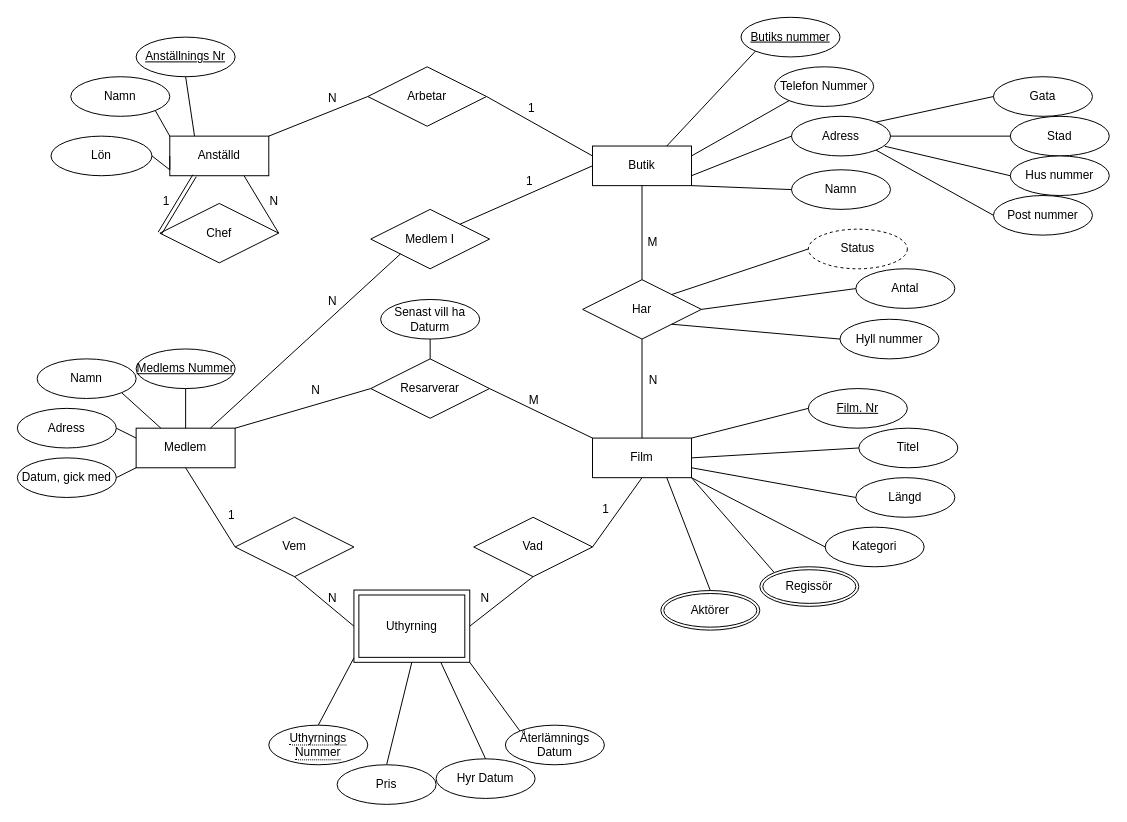
Above: Labb1/ER1.drawio in PyroG8r/Databaser-DT139G (draw.io), before the change. Source tidied: cells renumbered, new cells numbered last; positions are measured from the earlier drawing's top-left corner, leaving out a move shared by most shapes. Both pictures are drawn from the tidied source at 99%, with x=0, y=0 at pixel (17, 17).
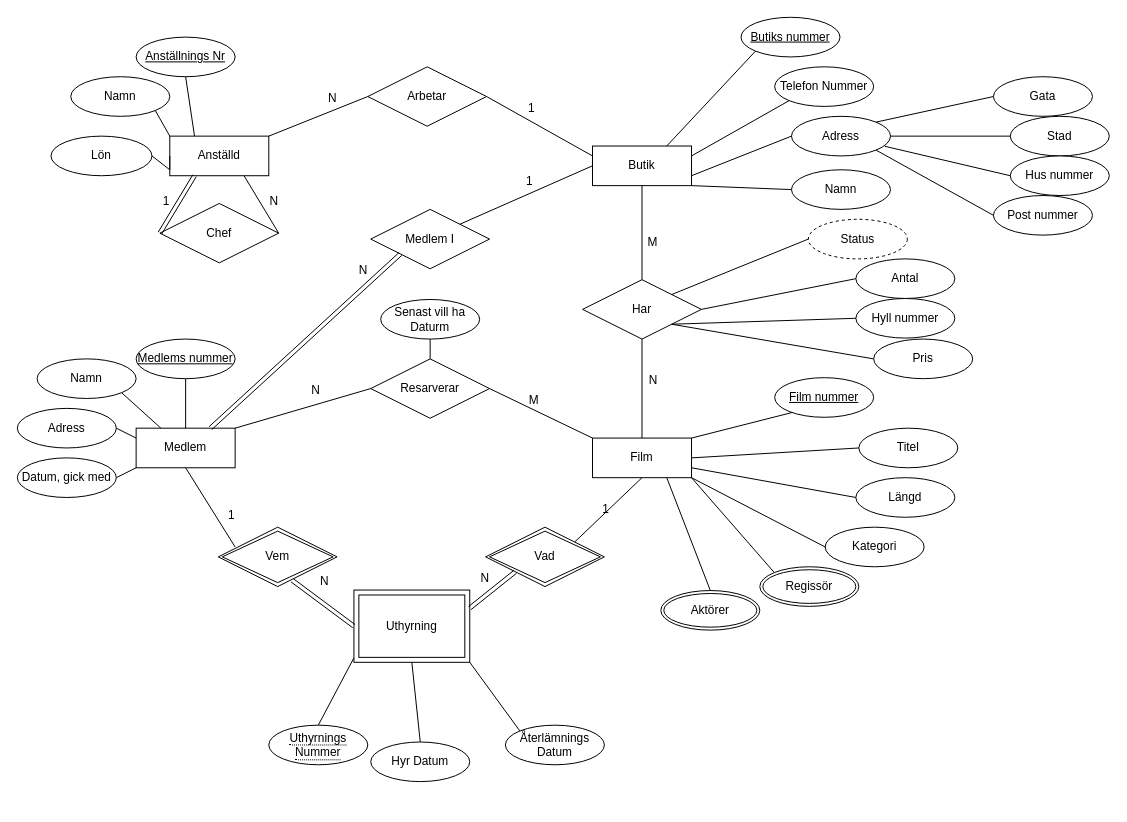
After the change.

Unchanged cells that the change refers to:
```xml
<mxCell id="14" value="Medlem&lt;br&gt;" style="whiteSpace=wrap;html=1;align=center;" parent="1" vertex="1">
  <mxGeometry x="120" y="415" width="100" height="40" as="geometry" />
</mxCell>
<mxCell id="19" value="Film" style="whiteSpace=wrap;html=1;align=center;" parent="1" vertex="1">
  <mxGeometry x="581" y="425" width="100" height="40" as="geometry" />
</mxCell>
<mxCell id="25" value="Har" style="shape=rhombus;perimeter=rhombusPerimeter;whiteSpace=wrap;html=1;align=center;" parent="1" vertex="1">
  <mxGeometry x="571" y="265" width="120" height="60" as="geometry" />
</mxCell>
<mxCell id="39" value="Uthyrning" style="shape=ext;margin=3;double=1;whiteSpace=wrap;html=1;align=center;" parent="1" vertex="1">
  <mxGeometry x="340" y="578.5" width="117" height="73" as="geometry" />
</mxCell>
<mxCell id="73" value="Medlem I" style="shape=rhombus;perimeter=rhombusPerimeter;whiteSpace=wrap;html=1;align=center;" parent="1" vertex="1">
  <mxGeometry x="357" y="194" width="120" height="60" as="geometry" />
</mxCell>
```

The edit, as a diff of the source:
```diff
@@
-    <mxCell id="18" value="&lt;u&gt;Medlems Nummer&lt;/u&gt;" style="ellipse;whiteSpace=wrap;html=1;align=center;" parent="1" vertex="1">
-      <mxGeometry x="120" y="335" width="100" height="40" as="geometry" />
-    </mxCell>
@@
-    <mxCell id="22" value="&lt;u&gt;Film. Nr&lt;/u&gt;" style="ellipse;whiteSpace=wrap;html=1;align=center;" parent="1" vertex="1">
-      <mxGeometry x="799" y="375" width="100" height="40" as="geometry" />
-    </mxCell>
@@
     <mxCell id="26" value="Status" style="ellipse;whiteSpace=wrap;html=1;align=center;dashed=1;" parent="1" vertex="1">
-      <mxGeometry x="799" y="214" width="100" height="40" as="geometry" />
+      <mxGeometry x="799" y="204" width="100" height="40" as="geometry" />
     </mxCell>
     <mxCell id="27" value="Antal" style="ellipse;whiteSpace=wrap;html=1;align=center;" parent="1" vertex="1">
-      <mxGeometry x="847" y="254" width="100" height="40" as="geometry" />
+      <mxGeometry x="847" y="244" width="100" height="40" as="geometry" />
     </mxCell>
@@
-    <mxCell id="37" value="Vad" style="shape=rhombus;perimeter=rhombusPerimeter;whiteSpace=wrap;html=1;align=center;" parent="1" vertex="1">
-      <mxGeometry x="461" y="505" width="120" height="60" as="geometry" />
-    </mxCell>
-    <mxCell id="38" value="Vem" style="shape=rhombus;perimeter=rhombusPerimeter;whiteSpace=wrap;html=1;align=center;" parent="1" vertex="1">
-      <mxGeometry x="220" y="505" width="120" height="60" as="geometry" />
-    </mxCell>
@@
-    <mxCell id="41" style="endArrow=none;html=1;rounded=0;entryX=0.5;entryY=0;entryDx=0;entryDy=0;exitX=0.5;exitY=1;exitDx=0;exitDy=0;" parent="1" edge="1" source="39" target="55">
+    <mxCell id="41" style="endArrow=none;html=1;rounded=0;entryX=0;entryY=0.5;entryDx=0;entryDy=0;exitX=1;exitY=1;exitDx=0;exitDy=0;" parent="1" edge="1" source="25" target="55">
       <mxGeometry relative="1" as="geometry" />
     </mxCell>
-    <mxCell id="42" style="endArrow=none;html=1;rounded=0;exitX=1;exitY=0.5;exitDx=0;exitDy=0;entryX=0.5;entryY=1;entryDx=0;entryDy=0;" parent="1" edge="1" source="39" target="37">
-      <mxGeometry relative="1" as="geometry" />
-    </mxCell>
-    <mxCell id="43" value="N" style="html=1;align=right;verticalAlign=bottom;" parent="42" vertex="1">
-      <mxGeometry x="1" relative="1" as="geometry">
-        <mxPoint x="-44" y="30" as="offset" />
-      </mxGeometry>
-    </mxCell>
-    <mxCell id="44" style="endArrow=none;html=1;rounded=0;exitX=0.5;exitY=1;exitDx=0;exitDy=0;entryX=0;entryY=0.5;entryDx=0;entryDy=0;" parent="1" edge="1" source="38" target="39">
-      <mxGeometry relative="1" as="geometry" />
-    </mxCell>
-    <mxCell id="45" value="N" style="html=1;align=right;verticalAlign=bottom;" parent="44" vertex="1">
-      <mxGeometry x="1" relative="1" as="geometry">
-        <mxPoint x="-17" y="-20" as="offset" />
-      </mxGeometry>
-    </mxCell>
-    <mxCell id="46" style="endArrow=none;html=1;rounded=0;entryX=0;entryY=0.5;entryDx=0;entryDy=0;exitX=0.5;exitY=1;exitDx=0;exitDy=0;" parent="1" edge="1" source="14" target="38">
-      <mxGeometry relative="1" as="geometry" />
+    <mxCell id="46" style="endArrow=none;html=1;rounded=0;entryX=0;entryY=0.5;entryDx=0;entryDy=0;exitX=0.5;exitY=1;exitDx=0;exitDy=0;" parent="1" edge="1" source="14">
+      <mxGeometry relative="1" as="geometry">
+        <mxPoint x="220" y="535" as="targetPoint" />
+      </mxGeometry>
     </mxCell>
@@
-    <mxCell id="48" style="endArrow=none;html=1;rounded=0;entryX=0.5;entryY=1;entryDx=0;entryDy=0;exitX=1;exitY=0.5;exitDx=0;exitDy=0;" parent="1" edge="1" source="37" target="19">
+    <mxCell id="48" style="endArrow=none;html=1;rounded=0;entryX=0.5;entryY=1;entryDx=0;entryDy=0;exitX=1;exitY=0;exitDx=0;exitDy=0;" parent="1" edge="1" source="37" target="19">
       <mxGeometry relative="1" as="geometry" />
     </mxCell>
@@
     <mxCell id="55" value="Pris" style="ellipse;whiteSpace=wrap;html=1;align=center;" parent="1" vertex="1">
-      <mxGeometry x="323" y="755" width="100" height="40" as="geometry" />
+      <mxGeometry x="865" y="325" width="100" height="40" as="geometry" />
     </mxCell>
     <mxCell id="56" value="Hyr Datum" style="ellipse;whiteSpace=wrap;html=1;align=center;" parent="1" vertex="1">
-      <mxGeometry x="423" y="749" width="100" height="40" as="geometry" />
+      <mxGeometry x="357" y="732" width="100" height="40" as="geometry" />
     </mxCell>
@@
-    <mxCell id="58" style="endArrow=none;html=1;rounded=0;entryX=0.75;entryY=1;entryDx=0;entryDy=0;exitX=0.5;exitY=0;exitDx=0;exitDy=0;" parent="1" edge="1" source="56" target="39">
+    <mxCell id="58" style="endArrow=none;html=1;rounded=0;entryX=0.5;entryY=1;entryDx=0;entryDy=0;exitX=0.5;exitY=0;exitDx=0;exitDy=0;" parent="1" edge="1" source="56" target="39">
       <mxGeometry relative="1" as="geometry" />
     </mxCell>
@@
-    <mxCell id="62" style="endArrow=none;html=1;rounded=0;exitX=0.5;exitY=1;exitDx=0;exitDy=0;" parent="1" edge="1" source="18" target="14">
+    <mxCell id="62" style="endArrow=none;html=1;rounded=0;exitX=0.5;exitY=1;exitDx=0;exitDy=0;" parent="1" edge="1" source="104" target="14">
       <mxGeometry relative="1" as="geometry" />
     </mxCell>
@@
-    <mxCell id="64" style="endArrow=none;html=1;rounded=0;exitX=1;exitY=0;exitDx=0;exitDy=0;entryX=0;entryY=0.5;entryDx=0;entryDy=0;" parent="1" edge="1" source="19" target="22">
-      <mxGeometry relative="1" as="geometry" />
+    <mxCell id="64" style="endArrow=none;html=1;rounded=0;exitX=1;exitY=0;exitDx=0;exitDy=0;entryX=0;entryY=0.5;entryDx=0;entryDy=0;" parent="1" edge="1" source="19">
+      <mxGeometry relative="1" as="geometry">
+        <mxPoint x="799" y="395" as="targetPoint" />
+      </mxGeometry>
     </mxCell>
@@
-    <mxCell id="74" style="endArrow=none;html=1;rounded=0;exitX=0.75;exitY=0;exitDx=0;exitDy=0;entryX=0;entryY=1;entryDx=0;entryDy=0;" parent="1" edge="1" source="14" target="73">
-      <mxGeometry relative="1" as="geometry" />
-    </mxCell>
-    <mxCell id="75" value="N" style="html=1;align=right;verticalAlign=bottom;" parent="74" vertex="1">
-      <mxGeometry x="1" relative="1" as="geometry">
-        <mxPoint x="-64" y="56" as="offset" />
-      </mxGeometry>
-    </mxCell>
@@
     <mxCell id="98" value="Hyll nummer" style="ellipse;whiteSpace=wrap;html=1;align=center;" parent="1" vertex="1">
-      <mxGeometry x="831" y="305" width="100" height="40" as="geometry" />
+      <mxGeometry x="847" y="284" width="100" height="40" as="geometry" />
     </mxCell>
@@
+    <mxCell id="37" value="Vad" style="shape=rhombus;double=1;perimeter=rhombusPerimeter;whiteSpace=wrap;html=1;align=center;" parent="1" vertex="1">
+      <mxGeometry x="473" y="515" width="120" height="60" as="geometry" />
+    </mxCell>
+    <mxCell id="38" value="&lt;div&gt;Vem&lt;/div&gt;" style="shape=rhombus;double=1;perimeter=rhombusPerimeter;whiteSpace=wrap;html=1;align=center;" parent="1" vertex="1">
+      <mxGeometry x="203" y="515" width="120" height="60" as="geometry" />
+    </mxCell>
+    <mxCell id="100" style="shape=link;html=1;rounded=0;exitX=0;exitY=0.5;exitDx=0;exitDy=0;entryX=0.622;entryY=0.894;entryDx=0;entryDy=0;entryPerimeter=0;" parent="1" edge="1" source="39" target="38">
+      <mxGeometry relative="1" as="geometry" />
+    </mxCell>
+    <mxCell id="101" value="N" style="html=1;align=right;verticalAlign=bottom;" parent="100" vertex="1">
+      <mxGeometry x="1" relative="1" as="geometry">
+        <mxPoint x="38" y="10" as="offset" />
+      </mxGeometry>
+    </mxCell>
+    <mxCell id="42" style="shape=link;html=1;rounded=0;exitX=1;exitY=0.25;exitDx=0;exitDy=0;entryX=0;entryY=1;entryDx=0;entryDy=0;" parent="1" edge="1" source="39" target="37">
+      <mxGeometry relative="1" as="geometry" />
+    </mxCell>
+    <mxCell id="102" value="N" style="html=1;align=right;verticalAlign=bottom;" parent="42" vertex="1">
+      <mxGeometry x="1" relative="1" as="geometry">
+        <mxPoint x="-26" y="15" as="offset" />
+      </mxGeometry>
+    </mxCell>
+    <mxCell id="74" style="shape=link;html=1;rounded=0;exitX=0.75;exitY=0;exitDx=0;exitDy=0;entryX=0;entryY=1;entryDx=0;entryDy=0;" parent="1" edge="1" source="14" target="73">
+      <mxGeometry relative="1" as="geometry" />
+    </mxCell>
+    <mxCell id="103" value="N" style="html=1;align=right;verticalAlign=bottom;" parent="74" vertex="1">
+      <mxGeometry x="1" relative="1" as="geometry">
+        <mxPoint x="-33" y="25" as="offset" />
+      </mxGeometry>
+    </mxCell>
+    <mxCell id="104" value="Medlems nummer" style="ellipse;whiteSpace=wrap;html=1;align=center;fontStyle=4;" parent="1" vertex="1">
+      <mxGeometry x="120" y="325" width="100" height="40" as="geometry" />
+    </mxCell>
+    <mxCell id="105" value="Film nummer" style="ellipse;whiteSpace=wrap;html=1;align=center;fontStyle=4;" parent="1" vertex="1">
+      <mxGeometry x="765" y="364" width="100" height="40" as="geometry" />
+    </mxCell>
```
